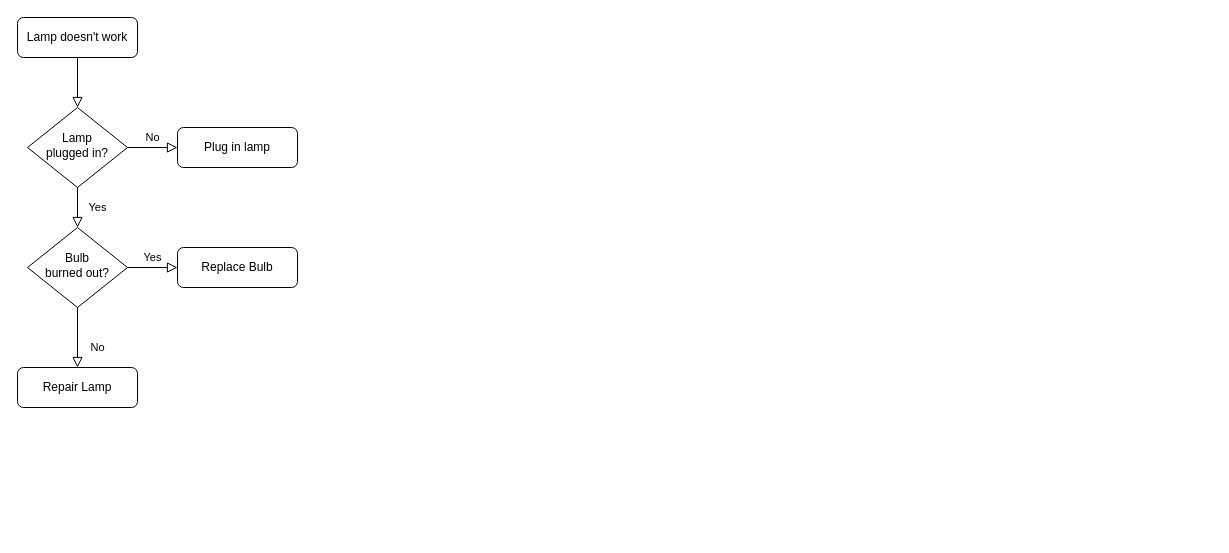
Above: 未命名绘图.drawio in JayPhoenix-aco/jay (draw.io), before the change. Source tidied: cells renumbered, new cells numbered last; positions are measured from the earlier drawing's top-left corner, leaving out a move shared by most shapes. Both pictures are drawn from the tidied source at 100%, with x=0, y=0 at pixel (17, 17).
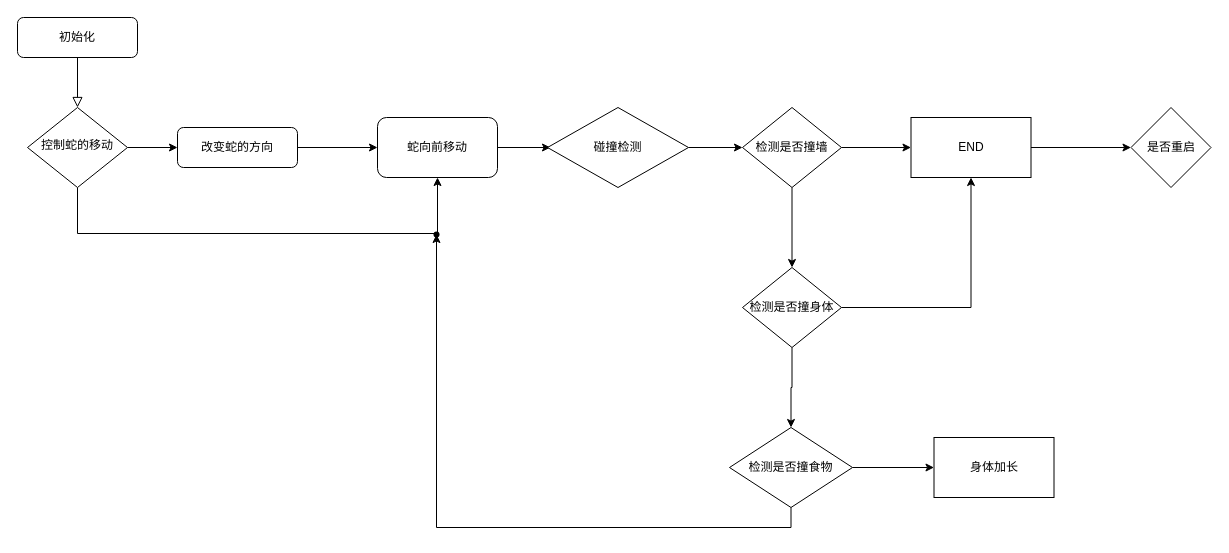
Above is the later version.

Commit message:
更新未命名绘图.drawio

What changed in the source:
```diff
@@
-    <mxCell id="3" value="Lamp doesn't work" style="rounded=1;whiteSpace=wrap;html=1;fontSize=12;glass=0;strokeWidth=1;shadow=0;" parent="1" vertex="1">
+    <mxCell id="3" value="初始化" style="rounded=1;whiteSpace=wrap;html=1;fontSize=12;glass=0;strokeWidth=1;shadow=0;" parent="1" vertex="1">
       <mxGeometry width="120" height="40" as="geometry" />
     </mxCell>
-    <mxCell id="4" value="Yes" style="rounded=0;html=1;jettySize=auto;fontSize=11;endArrow=block;endFill=0;endSize=8;strokeWidth=1;shadow=0;labelBackgroundColor=none;edgeStyle=orthogonalEdgeStyle;" parent="1" edge="1" source="6" target="10">
-      <mxGeometry y="20" relative="1" as="geometry" />
-    </mxCell>
+    <mxCell id="13" style="edgeStyle=orthogonalEdgeStyle;rounded=0;jettySize=auto;html=1;entryX=0.5;entryY=1;entryDx=0;entryDy=0;" parent="1" edge="1" source="6" target="16">
+      <mxGeometry relative="1" as="geometry">
+        <Array as="points">
+          <mxPoint x="60" y="216" />
+          <mxPoint x="420" y="216" />
+        </Array>
+      </mxGeometry>
+    </mxCell>
-    <mxCell id="5" value="No" style="edgeStyle=orthogonalEdgeStyle;rounded=0;html=1;jettySize=auto;fontSize=11;endArrow=block;endFill=0;endSize=8;strokeWidth=1;shadow=0;labelBackgroundColor=none;" parent="1" edge="1" source="6" target="7">
-      <mxGeometry y="10" relative="1" as="geometry" />
+    <mxCell id="5" style="edgeStyle=orthogonalEdgeStyle;rounded=0;jettySize=auto;html=1;" parent="1" edge="1" source="6" target="7">
+      <mxGeometry relative="1" as="geometry" />
     </mxCell>
-    <mxCell id="6" value="Lamp&lt;br&gt;plugged in?" style="rhombus;whiteSpace=wrap;html=1;shadow=0;fontFamily=Helvetica;fontSize=12;align=center;strokeWidth=1;spacing=6;spacingTop=-4;" parent="1" vertex="1">
+    <mxCell id="6" value="控制蛇的移动" style="rhombus;whiteSpace=wrap;html=1;shadow=0;fontFamily=Helvetica;fontSize=12;align=center;strokeWidth=1;spacing=6;spacingTop=-4;" parent="1" vertex="1">
       <mxGeometry x="10" y="90" width="100" height="80" as="geometry" />
     </mxCell>
+    <mxCell id="14" style="edgeStyle=orthogonalEdgeStyle;rounded=0;jettySize=auto;html=1;" parent="1" edge="1" source="7" target="16">
+      <mxGeometry relative="1" as="geometry" />
+    </mxCell>
-    <mxCell id="7" value="Plug in lamp" style="rounded=1;whiteSpace=wrap;html=1;fontSize=12;glass=0;strokeWidth=1;shadow=0;" parent="1" vertex="1">
+    <mxCell id="7" value="改变蛇的方向" style="rounded=1;whiteSpace=wrap;html=1;fontSize=12;glass=0;strokeWidth=1;shadow=0;" parent="1" vertex="1">
       <mxGeometry x="160" y="110" width="120" height="40" as="geometry" />
     </mxCell>
-    <mxCell id="8" value="No" style="rounded=0;html=1;jettySize=auto;fontSize=11;endArrow=block;endFill=0;endSize=8;strokeWidth=1;shadow=0;labelBackgroundColor=none;edgeStyle=orthogonalEdgeStyle;" parent="1" edge="1" source="10" target="11">
-      <mxGeometry x="0.33" y="20" relative="1" as="geometry" />
-    </mxCell>
-    <mxCell id="9" value="Yes" style="edgeStyle=orthogonalEdgeStyle;rounded=0;html=1;jettySize=auto;fontSize=11;endArrow=block;endFill=0;endSize=8;strokeWidth=1;shadow=0;labelBackgroundColor=none;" parent="1" edge="1" source="10" target="12">
-      <mxGeometry y="10" relative="1" as="geometry" />
-    </mxCell>
-    <mxCell id="10" value="Bulb&lt;br&gt;burned out?" style="rhombus;whiteSpace=wrap;html=1;shadow=0;fontFamily=Helvetica;fontSize=12;align=center;strokeWidth=1;spacing=6;spacingTop=-4;" parent="1" vertex="1">
-      <mxGeometry x="10" y="210" width="100" height="80" as="geometry" />
-    </mxCell>
-    <mxCell id="11" value="Repair Lamp" style="rounded=1;whiteSpace=wrap;html=1;fontSize=12;glass=0;strokeWidth=1;shadow=0;" parent="1" vertex="1">
-      <mxGeometry y="350" width="120" height="40" as="geometry" />
-    </mxCell>
-    <mxCell id="12" value="Replace Bulb" style="rounded=1;whiteSpace=wrap;html=1;fontSize=12;glass=0;strokeWidth=1;shadow=0;" parent="1" vertex="1">
-      <mxGeometry x="160" y="230" width="120" height="40" as="geometry" />
-    </mxCell>
+    <mxCell id="15" style="edgeStyle=orthogonalEdgeStyle;rounded=0;jettySize=auto;html=1;" parent="1" edge="1" source="16">
+      <mxGeometry relative="1" as="geometry">
+        <mxPoint x="533" y="130" as="targetPoint" />
+      </mxGeometry>
+    </mxCell>
+    <mxCell id="16" value="蛇向前移动" style="whiteSpace=wrap;html=1;rounded=1;glass=0;strokeWidth=1;shadow=0;" parent="1" vertex="1">
+      <mxGeometry x="360" y="100" width="120" height="60" as="geometry" />
+    </mxCell>
+    <mxCell id="17" style="edgeStyle=orthogonalEdgeStyle;rounded=0;jettySize=auto;html=1;" parent="1" edge="1" source="19" target="23">
+      <mxGeometry relative="1" as="geometry" />
+    </mxCell>
+    <mxCell id="18" style="edgeStyle=orthogonalEdgeStyle;rounded=0;jettySize=auto;html=1;" parent="1" edge="1" source="19" target="26">
+      <mxGeometry relative="1" as="geometry" />
+    </mxCell>
+    <mxCell id="19" value="检测是否撞墙" style="rhombus;whiteSpace=wrap;html=1;" parent="1" vertex="1">
+      <mxGeometry x="725" y="90" width="99" height="80" as="geometry" />
+    </mxCell>
+    <mxCell id="20" style="edgeStyle=orthogonalEdgeStyle;rounded=0;jettySize=auto;html=1;" parent="1" edge="1" source="21" target="19">
+      <mxGeometry relative="1" as="geometry" />
+    </mxCell>
+    <mxCell id="21" value="碰撞检测" style="rhombus;whiteSpace=wrap;html=1;" parent="1" vertex="1">
+      <mxGeometry x="530" y="90" width="141" height="80" as="geometry" />
+    </mxCell>
+    <mxCell id="22" style="edgeStyle=orthogonalEdgeStyle;rounded=0;jettySize=auto;html=1;" parent="1" edge="1" source="23" target="32">
+      <mxGeometry relative="1" as="geometry" />
+    </mxCell>
+    <mxCell id="23" value="END" style="whiteSpace=wrap;html=1;" parent="1" vertex="1">
+      <mxGeometry x="893.5" y="100" width="120" height="60" as="geometry" />
+    </mxCell>
+    <mxCell id="24" style="edgeStyle=orthogonalEdgeStyle;rounded=0;jettySize=auto;html=1;entryX=0.5;entryY=1;entryDx=0;entryDy=0;" parent="1" edge="1" source="26" target="23">
+      <mxGeometry relative="1" as="geometry" />
+    </mxCell>
+    <mxCell id="25" style="edgeStyle=orthogonalEdgeStyle;rounded=0;jettySize=auto;html=1;" parent="1" edge="1" source="26" target="29">
+      <mxGeometry relative="1" as="geometry" />
+    </mxCell>
+    <mxCell id="26" value="检测是否撞身体" style="rhombus;whiteSpace=wrap;html=1;" parent="1" vertex="1">
+      <mxGeometry x="725" y="250" width="99" height="80" as="geometry" />
+    </mxCell>
+    <mxCell id="27" style="edgeStyle=orthogonalEdgeStyle;rounded=0;jettySize=auto;html=1;" parent="1" edge="1" source="29" target="30">
+      <mxGeometry relative="1" as="geometry" />
+    </mxCell>
+    <mxCell id="28" style="edgeStyle=orthogonalEdgeStyle;rounded=0;jettySize=auto;html=1;exitX=0.5;exitY=1;exitDx=0;exitDy=0;" parent="1" edge="1" source="29" target="31">
+      <mxGeometry relative="1" as="geometry" />
+    </mxCell>
+    <mxCell id="29" value="检测是否撞食物" style="rhombus;whiteSpace=wrap;html=1;" parent="1" vertex="1">
+      <mxGeometry x="712" y="410" width="123" height="80" as="geometry" />
+    </mxCell>
+    <mxCell id="30" value="身体加长" style="whiteSpace=wrap;html=1;" parent="1" vertex="1">
+      <mxGeometry x="916.5" y="420" width="120" height="60" as="geometry" />
+    </mxCell>
+    <mxCell id="31" style="shape=waypoint;sketch=0;fillStyle=solid;size=6;points=[];fillColor=none;perimeter=centerPerimeter;snapToPoint=1;" parent="1" vertex="1">
+      <mxGeometry x="409" y="207" width="20" height="20" as="geometry" />
+    </mxCell>
+    <mxCell id="32" value="是否重启" style="rhombus;whiteSpace=wrap;html=1;" parent="1" vertex="1">
+      <mxGeometry x="1113.5" y="90" width="80" height="80" as="geometry" />
+    </mxCell>
```
